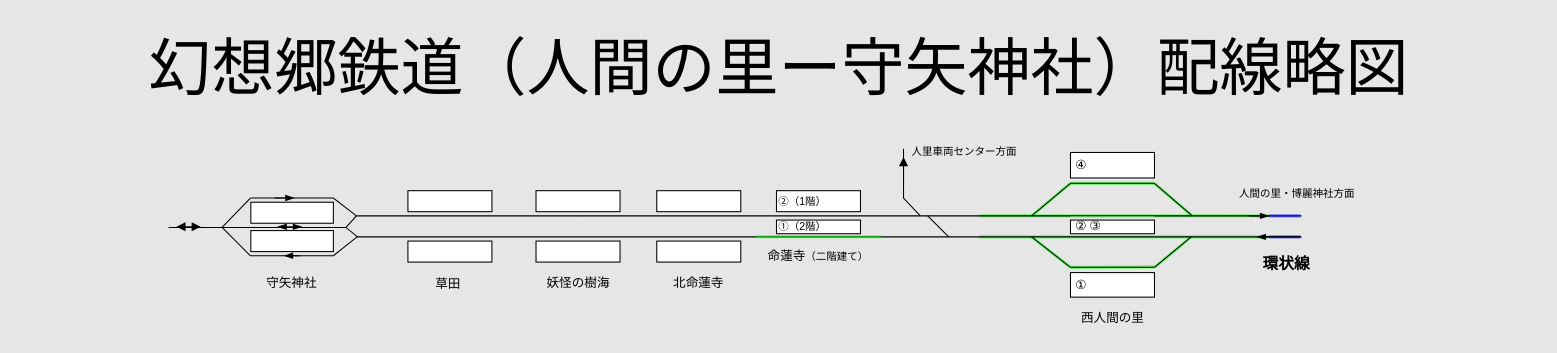
noname390/BVE-Gensokyo-Railway keeps this draw.io diagram as resources/route_design_Ningen-moriya.drawio. Above is the earlier version. Source tidied: cells renumbered, new cells numbered last; positions are measured from the earlier drawing's top-left corner, leaving out a move shared by most shapes. Both pictures are drawn from the tidied source at 105%, with x=0, y=0 at pixel (18, 18).
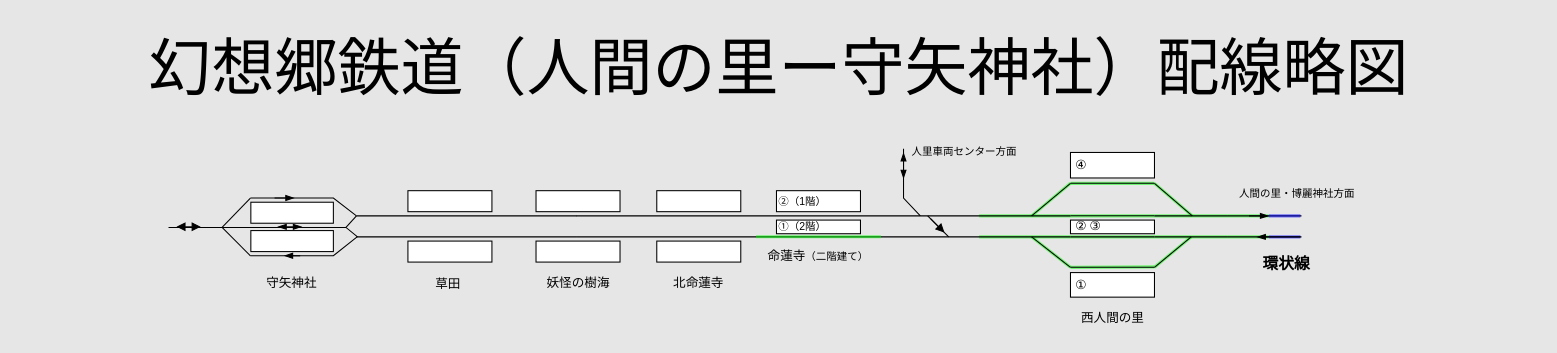
The same diagram, later.

Diff of the diagram source:
```diff
@@
     <mxCell id="68" style="endArrow=block;html=1;rounded=0;endFill=1;" parent="1" edge="1">
       <mxGeometry relative="1" as="geometry">
-        <mxPoint x="843" y="159.1" as="sourcePoint" />
-        <mxPoint x="843" y="132.1" as="targetPoint" />
+        <mxPoint x="869" y="191" as="sourcePoint" />
+        <mxPoint x="882" y="204" as="targetPoint" />
       </mxGeometry>
     </mxCell>
@@
+    <mxCell id="73" style="endArrow=blockThin;startArrow=blockThin;html=1;rounded=0;startFill=1;endFill=1;" parent="1" edge="1">
+      <mxGeometry relative="1" as="geometry">
+        <mxPoint x="843" y="152.7" as="sourcePoint" />
+        <mxPoint x="843" y="127.7" as="targetPoint" />
+      </mxGeometry>
+    </mxCell>
```
